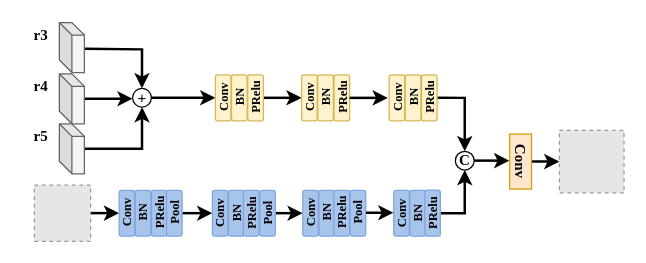
Above: Depth eatimate.drawio in Hymhh/hymhh (draw.io), before the change. Source tidied: cells renumbered, new cells numbered last; positions are measured from the earlier drawing's top-left corner, leaving out a move shared by most shapes. Both pictures are drawn from the tidied source at 125%, with x=0, y=0 at pixel (21, 21). Pictures stored in the file or linked from it are replaced by grey dashed boxes.
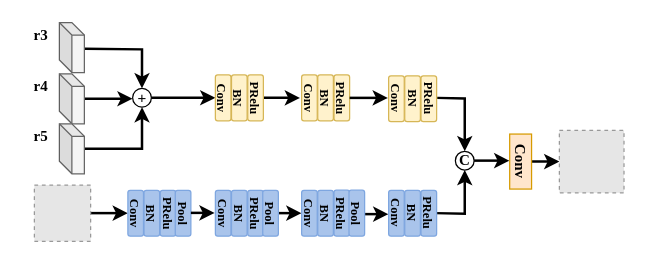
Above is the later version.

Unchanged cells that the change refers to:
```xml
<mxCell id="3" value="+" style="ellipse;whiteSpace=wrap;html=1;strokeColor=#000000;fillColor=none;" parent="1" vertex="1">
  <mxGeometry x="88.6" y="53.2" width="15" height="15" as="geometry" />
</mxCell>
<mxCell id="8" value="&lt;b&gt;&lt;font face=&quot;Times New Roman&quot;&gt;C&lt;/font&gt;&lt;/b&gt;" style="ellipse;whiteSpace=wrap;html=1;strokeColor=#000000;fillColor=none;" parent="1" vertex="1">
  <mxGeometry x="346.8" y="103.5" width="15" height="15" as="geometry" />
</mxCell>
<mxCell id="15" style="fillColor=#E6E6E6;strokeColor=#999999;dashed=1;verticalLabelPosition=bottom;labelBackgroundColor=#ffffff;verticalAlign=top;" parent="1" vertex="1">
  <mxGeometry x="10" y="130.5" width="45" height="45" as="geometry" />
</mxCell>
```

The edit, as a diff of the source:
```diff
@@
-    <mxCell id="2" style="edgeStyle=orthogonalEdgeStyle;rounded=0;jettySize=auto;html=1;exitX=1;exitY=0.5;exitDx=0;exitDy=0;entryX=0.5;entryY=0;entryDx=0;entryDy=0;strokeColor=#000000;strokeWidth=2;" parent="1" edge="1" source="3" target="20">
+    <mxCell id="2" style="edgeStyle=orthogonalEdgeStyle;rounded=0;jettySize=auto;html=1;exitX=1;exitY=0.5;exitDx=0;exitDy=0;entryX=0.5;entryY=1;entryDx=0;entryDy=0;strokeColor=#000000;strokeWidth=2;" parent="1" edge="1" source="3" target="20">
       <mxGeometry relative="1" as="geometry" />
     </mxCell>
@@
-    <mxCell id="14" style="edgeStyle=orthogonalEdgeStyle;rounded=0;jettySize=auto;html=1;exitX=1;exitY=0.5;exitDx=0;exitDy=0;entryX=0.5;entryY=0;entryDx=0;entryDy=0;strokeWidth=2;" parent="1" edge="1" source="15" target="32">
+    <mxCell id="14" style="edgeStyle=orthogonalEdgeStyle;rounded=0;jettySize=auto;html=1;exitX=1;exitY=0.5;exitDx=0;exitDy=0;entryX=0.5;entryY=1;entryDx=0;entryDy=0;strokeColor=#000000;strokeWidth=2;" parent="1" edge="1" source="15" target="32">
       <mxGeometry relative="1" as="geometry" />
     </mxCell>
@@
-    <mxCell id="20" value="&lt;font face=&quot;Times New Roman&quot; size=&quot;1&quot;&gt;&lt;b&gt;Conv&lt;/b&gt;&lt;/font&gt;" style="rounded=1;whiteSpace=wrap;html=1;strokeColor=#d6b656;fillColor=#fff2cc;rotation=-90;" parent="1" vertex="1">
+    <mxCell id="20" value="&lt;font face=&quot;Times New Roman&quot; size=&quot;1&quot;&gt;&lt;b&gt;Conv&lt;/b&gt;&lt;/font&gt;" style="rounded=1;whiteSpace=wrap;html=1;strokeColor=#d6b656;fillColor=#fff2cc;rotation=90;" parent="1" vertex="1">
       <mxGeometry x="142.7" y="54.5" width="36.7" height="12.5" as="geometry" />
     </mxCell>
-    <mxCell id="21" value="&lt;font face=&quot;Times New Roman&quot; size=&quot;1&quot;&gt;&lt;b&gt;BN&lt;/b&gt;&lt;/font&gt;" style="rounded=1;whiteSpace=wrap;html=1;strokeColor=#d6b656;fillColor=#fff2cc;rotation=-90;" parent="1" vertex="1">
+    <mxCell id="21" value="&lt;font face=&quot;Times New Roman&quot; size=&quot;1&quot;&gt;&lt;b&gt;BN&lt;/b&gt;&lt;/font&gt;" style="rounded=1;whiteSpace=wrap;html=1;strokeColor=#d6b656;fillColor=#fff2cc;rotation=90;" parent="1" vertex="1">
       <mxGeometry x="155.6" y="54.5" width="36.7" height="12.5" as="geometry" />
     </mxCell>
-    <mxCell id="22" style="edgeStyle=orthogonalEdgeStyle;rounded=0;jettySize=auto;html=1;exitX=0.5;exitY=1;exitDx=0;exitDy=0;entryX=0.5;entryY=0;entryDx=0;entryDy=0;strokeWidth=2;" parent="1" edge="1" source="23" target="24">
+    <mxCell id="22" style="edgeStyle=orthogonalEdgeStyle;rounded=0;jettySize=auto;html=1;exitX=0.5;exitY=0;exitDx=0;exitDy=0;strokeColor=#000000;strokeWidth=2;entryX=0.524;entryY=1.105;entryDx=0;entryDy=0;entryPerimeter=0;" parent="1" edge="1" source="23" target="24">
       <mxGeometry relative="1" as="geometry" />
     </mxCell>
-    <mxCell id="23" value="&lt;font face=&quot;Times New Roman&quot; size=&quot;1&quot;&gt;&lt;b&gt;PRelu&lt;/b&gt;&lt;/font&gt;" style="rounded=1;whiteSpace=wrap;html=1;strokeColor=#d6b656;fillColor=#fff2cc;rotation=-90;" parent="1" vertex="1">
+    <mxCell id="23" value="&lt;font face=&quot;Times New Roman&quot; size=&quot;1&quot;&gt;&lt;b&gt;PRelu&lt;/b&gt;&lt;/font&gt;" style="rounded=1;whiteSpace=wrap;html=1;strokeColor=#d6b656;fillColor=#fff2cc;rotation=90;" parent="1" vertex="1">
       <mxGeometry x="168.6" y="54.5" width="36.7" height="12.5" as="geometry" />
     </mxCell>
-    <mxCell id="24" value="&lt;font face=&quot;Times New Roman&quot; size=&quot;1&quot;&gt;&lt;b&gt;Conv&lt;/b&gt;&lt;/font&gt;" style="rounded=1;whiteSpace=wrap;html=1;strokeColor=#d6b656;fillColor=#fff2cc;rotation=-90;" parent="1" vertex="1">
+    <mxCell id="24" value="&lt;font face=&quot;Times New Roman&quot; size=&quot;1&quot;&gt;&lt;b&gt;Conv&lt;/b&gt;&lt;/font&gt;" style="rounded=1;whiteSpace=wrap;html=1;strokeColor=#d6b656;fillColor=#fff2cc;rotation=90;" parent="1" vertex="1">
       <mxGeometry x="211.7" y="54.5" width="36.7" height="12.5" as="geometry" />
     </mxCell>
-    <mxCell id="25" value="&lt;font face=&quot;Times New Roman&quot; size=&quot;1&quot;&gt;&lt;b&gt;BN&lt;/b&gt;&lt;/font&gt;" style="rounded=1;whiteSpace=wrap;html=1;strokeColor=#d6b656;fillColor=#fff2cc;rotation=-90;" parent="1" vertex="1">
+    <mxCell id="25" value="&lt;font face=&quot;Times New Roman&quot; size=&quot;1&quot;&gt;&lt;b&gt;BN&lt;/b&gt;&lt;/font&gt;" style="rounded=1;whiteSpace=wrap;html=1;strokeColor=#d6b656;fillColor=#fff2cc;rotation=90;" parent="1" vertex="1">
       <mxGeometry x="224.6" y="54.5" width="36.7" height="12.5" as="geometry" />
     </mxCell>
-    <mxCell id="26" value="&lt;font face=&quot;Times New Roman&quot; size=&quot;1&quot;&gt;&lt;b&gt;PRelu&lt;/b&gt;&lt;/font&gt;" style="rounded=1;whiteSpace=wrap;html=1;strokeColor=#d6b656;fillColor=#fff2cc;rotation=-90;" parent="1" vertex="1">
+    <mxCell id="26" value="&lt;font face=&quot;Times New Roman&quot; size=&quot;1&quot;&gt;&lt;b&gt;PRelu&lt;/b&gt;&lt;/font&gt;" style="rounded=1;whiteSpace=wrap;html=1;strokeColor=#d6b656;fillColor=#fff2cc;rotation=90;" parent="1" vertex="1">
       <mxGeometry x="237.6" y="54.5" width="36.7" height="12.5" as="geometry" />
     </mxCell>
-    <mxCell id="27" value="&lt;font face=&quot;Times New Roman&quot; size=&quot;1&quot;&gt;&lt;b&gt;Conv&lt;/b&gt;&lt;/font&gt;" style="rounded=1;whiteSpace=wrap;html=1;strokeColor=#d6b656;fillColor=#fff2cc;rotation=-90;" parent="1" vertex="1">
-      <mxGeometry x="281.7" y="54.5" width="36.7" height="12.5" as="geometry" />
-    </mxCell>
-    <mxCell id="28" value="&lt;font face=&quot;Times New Roman&quot; size=&quot;1&quot;&gt;&lt;b&gt;BN&lt;/b&gt;&lt;/font&gt;" style="rounded=1;whiteSpace=wrap;html=1;strokeColor=#d6b656;fillColor=#fff2cc;rotation=-90;" parent="1" vertex="1">
-      <mxGeometry x="294.6" y="54.5" width="36.7" height="12.5" as="geometry" />
-    </mxCell>
-    <mxCell id="29" style="edgeStyle=orthogonalEdgeStyle;rounded=0;jettySize=auto;html=1;exitX=0.5;exitY=1;exitDx=0;exitDy=0;entryX=0.5;entryY=0;entryDx=0;entryDy=0;strokeColor=#000000;strokeWidth=2;" parent="1" edge="1" source="30" target="8">
-      <mxGeometry relative="1" as="geometry" />
+    <mxCell id="29" style="edgeStyle=orthogonalEdgeStyle;rounded=0;jettySize=auto;html=1;exitX=0.5;exitY=1;exitDx=0;exitDy=0;entryX=0.5;entryY=0;entryDx=0;entryDy=0;strokeColor=#000000;strokeWidth=2;" parent="1" edge="1" target="8">
+      <mxGeometry relative="1" as="geometry">
+        <mxPoint x="332.2" y="60.8" as="sourcePoint" />
+      </mxGeometry>
     </mxCell>
-    <mxCell id="30" value="&lt;font face=&quot;Times New Roman&quot; size=&quot;1&quot;&gt;&lt;b&gt;PRelu&lt;/b&gt;&lt;/font&gt;" style="rounded=1;whiteSpace=wrap;html=1;strokeColor=#d6b656;fillColor=#fff2cc;rotation=-90;" parent="1" vertex="1">
-      <mxGeometry x="307.6" y="54.5" width="36.7" height="12.5" as="geometry" />
-    </mxCell>
@@
-    <mxCell id="32" value="&lt;font face=&quot;Times New Roman&quot; size=&quot;1&quot;&gt;&lt;b&gt;Conv&lt;/b&gt;&lt;/font&gt;" style="rounded=1;whiteSpace=wrap;html=1;strokeColor=#7EA6E0;fillColor=#A9C4EB;rotation=-90;" parent="1" vertex="1">
-      <mxGeometry x="65.7" y="146.8" width="36.7" height="12.5" as="geometry" />
+    <mxCell id="32" value="&lt;font face=&quot;Times New Roman&quot; size=&quot;1&quot;&gt;&lt;b&gt;Conv&lt;/b&gt;&lt;/font&gt;" style="rounded=1;whiteSpace=wrap;html=1;strokeColor=#7EA6E0;fillColor=#A9C4EB;rotation=90;" parent="1" vertex="1">
+      <mxGeometry x="72.7" y="146.8" width="36.7" height="12.5" as="geometry" />
     </mxCell>
-    <mxCell id="33" value="&lt;font face=&quot;Times New Roman&quot; size=&quot;1&quot;&gt;&lt;b&gt;BN&lt;/b&gt;&lt;/font&gt;" style="rounded=1;whiteSpace=wrap;html=1;strokeColor=#7EA6E0;fillColor=#A9C4EB;rotation=-90;" parent="1" vertex="1">
-      <mxGeometry x="78.6" y="146.8" width="36.7" height="12.5" as="geometry" />
+    <mxCell id="33" value="&lt;font face=&quot;Times New Roman&quot; size=&quot;1&quot;&gt;&lt;b&gt;BN&lt;/b&gt;&lt;/font&gt;" style="rounded=1;whiteSpace=wrap;html=1;strokeColor=#7EA6E0;fillColor=#A9C4EB;rotation=90;" parent="1" vertex="1">
+      <mxGeometry x="85.6" y="146.8" width="36.7" height="12.5" as="geometry" />
     </mxCell>
-    <mxCell id="34" value="&lt;font face=&quot;Times New Roman&quot; size=&quot;1&quot;&gt;&lt;b&gt;PRelu&lt;/b&gt;&lt;/font&gt;" style="rounded=1;whiteSpace=wrap;html=1;strokeColor=#7EA6E0;fillColor=#A9C4EB;rotation=-90;" parent="1" vertex="1">
-      <mxGeometry x="91.6" y="146.8" width="36.7" height="12.5" as="geometry" />
+    <mxCell id="34" value="&lt;font face=&quot;Times New Roman&quot; size=&quot;1&quot;&gt;&lt;b&gt;PRelu&lt;/b&gt;&lt;/font&gt;" style="rounded=1;whiteSpace=wrap;html=1;strokeColor=#7EA6E0;fillColor=#A9C4EB;rotation=90;" parent="1" vertex="1">
+      <mxGeometry x="98.6" y="146.8" width="36.7" height="12.5" as="geometry" />
     </mxCell>
-    <mxCell id="35" style="edgeStyle=orthogonalEdgeStyle;rounded=0;jettySize=auto;html=1;exitX=0.5;exitY=1;exitDx=0;exitDy=0;entryX=0.5;entryY=0;entryDx=0;entryDy=0;strokeColor=#000000;strokeWidth=2;" parent="1" edge="1" source="36" target="37">
-      <mxGeometry relative="1" as="geometry" />
-    </mxCell>
-    <mxCell id="36" value="&lt;font face=&quot;Times New Roman&quot; size=&quot;1&quot;&gt;&lt;b&gt;Pool&lt;br&gt;&lt;/b&gt;&lt;/font&gt;" style="rounded=1;whiteSpace=wrap;html=1;strokeColor=#7EA6E0;fillColor=#A9C4EB;rotation=-90;" parent="1" vertex="1">
-      <mxGeometry x="103.6" y="146.8" width="36.7" height="12.5" as="geometry" />
+    <mxCell id="36" value="&lt;font face=&quot;Times New Roman&quot; size=&quot;1&quot;&gt;&lt;b&gt;Pool&lt;br&gt;&lt;/b&gt;&lt;/font&gt;" style="rounded=1;whiteSpace=wrap;html=1;strokeColor=#7EA6E0;fillColor=#A9C4EB;rotation=90;" parent="1" vertex="1">
+      <mxGeometry x="110.6" y="146.8" width="36.7" height="12.5" as="geometry" />
     </mxCell>
-    <mxCell id="37" value="&lt;font face=&quot;Times New Roman&quot; size=&quot;1&quot;&gt;&lt;b&gt;Conv&lt;/b&gt;&lt;/font&gt;" style="rounded=1;whiteSpace=wrap;html=1;strokeColor=#7EA6E0;fillColor=#A9C4EB;rotation=-90;" parent="1" vertex="1">
-      <mxGeometry x="140.3" y="146.8" width="36.7" height="12.5" as="geometry" />
-    </mxCell>
-    <mxCell id="38" value="&lt;font face=&quot;Times New Roman&quot; size=&quot;1&quot;&gt;&lt;b&gt;BN&lt;/b&gt;&lt;/font&gt;" style="rounded=1;whiteSpace=wrap;html=1;strokeColor=#7EA6E0;fillColor=#A9C4EB;rotation=-90;" parent="1" vertex="1">
-      <mxGeometry x="153.2" y="146.8" width="36.7" height="12.5" as="geometry" />
-    </mxCell>
-    <mxCell id="39" value="&lt;font face=&quot;Times New Roman&quot; size=&quot;1&quot;&gt;&lt;b&gt;PRelu&lt;/b&gt;&lt;/font&gt;" style="rounded=1;whiteSpace=wrap;html=1;strokeColor=#7EA6E0;fillColor=#A9C4EB;rotation=-90;" parent="1" vertex="1">
-      <mxGeometry x="165.1" y="146.8" width="36.7" height="12.5" as="geometry" />
-    </mxCell>
-    <mxCell id="40" style="edgeStyle=orthogonalEdgeStyle;rounded=0;jettySize=auto;html=1;exitX=0.5;exitY=1;exitDx=0;exitDy=0;entryX=0.5;entryY=0;entryDx=0;entryDy=0;strokeColor=#000000;strokeWidth=2;" parent="1" edge="1" source="41" target="42">
-      <mxGeometry relative="1" as="geometry" />
+    <mxCell id="40" style="edgeStyle=orthogonalEdgeStyle;rounded=0;orthogonalLoop=1;jettySize=auto;html=1;exitX=0.5;exitY=1;exitDx=0;exitDy=0;entryX=0.5;entryY=0;entryDx=0;entryDy=0;strokeColor=#000000;strokeWidth=2;" parent="1" edge="1">
+      <mxGeometry relative="1" as="geometry">
+        <mxPoint x="204.7" y="153" as="sourcePoint" />
+        <mxPoint x="223.7" y="153" as="targetPoint" />
+      </mxGeometry>
     </mxCell>
-    <mxCell id="41" value="&lt;font face=&quot;Times New Roman&quot; size=&quot;1&quot;&gt;&lt;b&gt;Pool&lt;br&gt;&lt;/b&gt;&lt;/font&gt;" style="rounded=1;whiteSpace=wrap;html=1;strokeColor=#7EA6E0;fillColor=#A9C4EB;rotation=-90;" parent="1" vertex="1">
-      <mxGeometry x="178.2" y="146.8" width="36.7" height="12.5" as="geometry" />
-    </mxCell>
-    <mxCell id="42" value="&lt;font face=&quot;Times New Roman&quot; size=&quot;1&quot;&gt;&lt;b&gt;Conv&lt;/b&gt;&lt;/font&gt;" style="rounded=1;whiteSpace=wrap;html=1;strokeColor=#7EA6E0;fillColor=#A9C4EB;rotation=-90;" parent="1" vertex="1">
-      <mxGeometry x="212.6" y="146.8" width="36.7" height="12.5" as="geometry" />
-    </mxCell>
-    <mxCell id="43" value="&lt;font face=&quot;Times New Roman&quot; size=&quot;1&quot;&gt;&lt;b&gt;BN&lt;/b&gt;&lt;/font&gt;" style="rounded=1;whiteSpace=wrap;html=1;strokeColor=#7EA6E0;fillColor=#A9C4EB;rotation=-90;" parent="1" vertex="1">
-      <mxGeometry x="225.5" y="146.8" width="36.7" height="12.5" as="geometry" />
-    </mxCell>
-    <mxCell id="44" value="&lt;font face=&quot;Times New Roman&quot; size=&quot;1&quot;&gt;&lt;b&gt;PRelu&lt;/b&gt;&lt;/font&gt;" style="rounded=1;whiteSpace=wrap;html=1;strokeColor=#7EA6E0;fillColor=#A9C4EB;rotation=-90;" parent="1" vertex="1">
-      <mxGeometry x="237.5" y="146.8" width="36.7" height="12.5" as="geometry" />
-    </mxCell>
-    <mxCell id="45" value="&lt;font face=&quot;Times New Roman&quot; size=&quot;1&quot;&gt;&lt;b&gt;Pool&lt;br&gt;&lt;/b&gt;&lt;/font&gt;" style="rounded=1;whiteSpace=wrap;html=1;strokeColor=#7EA6E0;fillColor=#A9C4EB;rotation=-90;" parent="1" vertex="1">
-      <mxGeometry x="250.5" y="146.8" width="36.7" height="12.5" as="geometry" />
-    </mxCell>
-    <mxCell id="46" value="&lt;font face=&quot;Times New Roman&quot; size=&quot;1&quot;&gt;&lt;b&gt;Conv&lt;/b&gt;&lt;/font&gt;" style="rounded=1;whiteSpace=wrap;html=1;strokeColor=#7EA6E0;fillColor=#A9C4EB;rotation=-90;" parent="1" vertex="1">
-      <mxGeometry x="285.4" y="146.8" width="36.7" height="12.5" as="geometry" />
-    </mxCell>
-    <mxCell id="47" value="&lt;font face=&quot;Times New Roman&quot; size=&quot;1&quot;&gt;&lt;b&gt;BN&lt;/b&gt;&lt;/font&gt;" style="rounded=1;whiteSpace=wrap;html=1;strokeColor=#7EA6E0;fillColor=#A9C4EB;rotation=-90;" parent="1" vertex="1">
-      <mxGeometry x="298.3" y="146.8" width="36.7" height="12.5" as="geometry" />
-    </mxCell>
-    <mxCell id="48" style="edgeStyle=orthogonalEdgeStyle;rounded=0;jettySize=auto;html=1;exitX=0.5;exitY=1;exitDx=0;exitDy=0;entryX=0.5;entryY=1;entryDx=0;entryDy=0;strokeColor=#000000;strokeWidth=2;" parent="1" edge="1" source="49" target="8">
-      <mxGeometry relative="1" as="geometry" />
+    <mxCell id="48" style="edgeStyle=orthogonalEdgeStyle;rounded=0;jettySize=auto;html=1;exitX=0.5;exitY=1;exitDx=0;exitDy=0;entryX=0.5;entryY=1;entryDx=0;entryDy=0;strokeColor=#000000;strokeWidth=2;" parent="1" edge="1" target="8">
+      <mxGeometry relative="1" as="geometry">
+        <mxPoint x="330.8" y="153" as="sourcePoint" />
+      </mxGeometry>
     </mxCell>
-    <mxCell id="49" value="&lt;font face=&quot;Times New Roman&quot; size=&quot;1&quot;&gt;&lt;b&gt;PRelu&lt;/b&gt;&lt;/font&gt;" style="rounded=1;whiteSpace=wrap;html=1;strokeColor=#7EA6E0;fillColor=#A9C4EB;rotation=-90;" parent="1" vertex="1">
-      <mxGeometry x="310.2" y="146.8" width="36.7" height="12.5" as="geometry" />
-    </mxCell>
-    <mxCell id="50" style="edgeStyle=orthogonalEdgeStyle;rounded=0;orthogonalLoop=1;jettySize=auto;html=1;exitX=0.5;exitY=1;exitDx=0;exitDy=0;entryX=0.5;entryY=0;entryDx=0;entryDy=0;strokeColor=#000000;strokeWidth=2;" parent="1" edge="1">
-      <mxGeometry relative="1" as="geometry">
-        <mxPoint x="275.3" y="152.7" as="sourcePoint" />
-        <mxPoint x="297.3" y="152.7" as="targetPoint" />
-      </mxGeometry>
-    </mxCell>
+    <mxCell id="51" style="edgeStyle=orthogonalEdgeStyle;rounded=0;orthogonalLoop=1;jettySize=auto;html=1;exitX=0.5;exitY=1;exitDx=0;exitDy=0;entryX=0.5;entryY=0;entryDx=0;entryDy=0;strokeColor=#000000;strokeWidth=2;" parent="1" edge="1">
+      <mxGeometry relative="1" as="geometry">
+        <mxPoint x="135.2" y="152.8" as="sourcePoint" />
+        <mxPoint x="154.2" y="152.8" as="targetPoint" />
+      </mxGeometry>
+    </mxCell>
+    <mxCell id="52" style="edgeStyle=orthogonalEdgeStyle;rounded=0;orthogonalLoop=1;jettySize=auto;html=1;exitX=0.5;exitY=1;exitDx=0;exitDy=0;entryX=0.5;entryY=0;entryDx=0;entryDy=0;strokeColor=#000000;strokeWidth=2;" parent="1" edge="1">
+      <mxGeometry relative="1" as="geometry">
+        <mxPoint x="274.3" y="153.8" as="sourcePoint" />
+        <mxPoint x="293.2" y="153.8" as="targetPoint" />
+      </mxGeometry>
+    </mxCell>
+    <mxCell id="53" value="&lt;font face=&quot;Times New Roman&quot; size=&quot;1&quot;&gt;&lt;b&gt;Conv&lt;/b&gt;&lt;/font&gt;" style="rounded=1;whiteSpace=wrap;html=1;strokeColor=#d6b656;fillColor=#fff2cc;rotation=90;" parent="1" vertex="1">
+      <mxGeometry x="281.3" y="55.2" width="36.7" height="12.5" as="geometry" />
+    </mxCell>
+    <mxCell id="54" value="&lt;font face=&quot;Times New Roman&quot; size=&quot;1&quot;&gt;&lt;b&gt;BN&lt;/b&gt;&lt;/font&gt;" style="rounded=1;whiteSpace=wrap;html=1;strokeColor=#d6b656;fillColor=#fff2cc;rotation=90;" parent="1" vertex="1">
+      <mxGeometry x="294.2" y="55.2" width="36.7" height="12.5" as="geometry" />
+    </mxCell>
+    <mxCell id="55" value="&lt;font face=&quot;Times New Roman&quot; size=&quot;1&quot;&gt;&lt;b&gt;PRelu&lt;/b&gt;&lt;/font&gt;" style="rounded=1;whiteSpace=wrap;html=1;strokeColor=#d6b656;fillColor=#fff2cc;rotation=90;" parent="1" vertex="1">
+      <mxGeometry x="307.2" y="55.2" width="36.7" height="12.5" as="geometry" />
+    </mxCell>
+    <mxCell id="56" value="&lt;font face=&quot;Times New Roman&quot; size=&quot;1&quot;&gt;&lt;b&gt;Conv&lt;/b&gt;&lt;/font&gt;" style="rounded=1;whiteSpace=wrap;html=1;strokeColor=#7EA6E0;fillColor=#A9C4EB;rotation=90;" parent="1" vertex="1">
+      <mxGeometry x="142.7" y="146.8" width="36.7" height="12.5" as="geometry" />
+    </mxCell>
+    <mxCell id="57" value="&lt;font face=&quot;Times New Roman&quot; size=&quot;1&quot;&gt;&lt;b&gt;BN&lt;/b&gt;&lt;/font&gt;" style="rounded=1;whiteSpace=wrap;html=1;strokeColor=#7EA6E0;fillColor=#A9C4EB;rotation=90;" parent="1" vertex="1">
+      <mxGeometry x="155.6" y="146.8" width="36.7" height="12.5" as="geometry" />
+    </mxCell>
+    <mxCell id="58" value="&lt;font face=&quot;Times New Roman&quot; size=&quot;1&quot;&gt;&lt;b&gt;PRelu&lt;/b&gt;&lt;/font&gt;" style="rounded=1;whiteSpace=wrap;html=1;strokeColor=#7EA6E0;fillColor=#A9C4EB;rotation=90;" parent="1" vertex="1">
+      <mxGeometry x="168.6" y="146.8" width="36.7" height="12.5" as="geometry" />
+    </mxCell>
+    <mxCell id="59" value="&lt;font face=&quot;Times New Roman&quot; size=&quot;1&quot;&gt;&lt;b&gt;Pool&lt;br&gt;&lt;/b&gt;&lt;/font&gt;" style="rounded=1;whiteSpace=wrap;html=1;strokeColor=#7EA6E0;fillColor=#A9C4EB;rotation=90;" parent="1" vertex="1">
+      <mxGeometry x="180.6" y="146.8" width="36.7" height="12.5" as="geometry" />
+    </mxCell>
+    <mxCell id="60" value="&lt;font face=&quot;Times New Roman&quot; size=&quot;1&quot;&gt;&lt;b&gt;Conv&lt;/b&gt;&lt;/font&gt;" style="rounded=1;whiteSpace=wrap;html=1;strokeColor=#7EA6E0;fillColor=#A9C4EB;rotation=90;" parent="1" vertex="1">
+      <mxGeometry x="211.7" y="146.8" width="36.7" height="12.5" as="geometry" />
+    </mxCell>
+    <mxCell id="61" value="&lt;font face=&quot;Times New Roman&quot; size=&quot;1&quot;&gt;&lt;b&gt;BN&lt;/b&gt;&lt;/font&gt;" style="rounded=1;whiteSpace=wrap;html=1;strokeColor=#7EA6E0;fillColor=#A9C4EB;rotation=90;" parent="1" vertex="1">
+      <mxGeometry x="224.6" y="146.8" width="36.7" height="12.5" as="geometry" />
+    </mxCell>
+    <mxCell id="62" value="&lt;font face=&quot;Times New Roman&quot; size=&quot;1&quot;&gt;&lt;b&gt;PRelu&lt;/b&gt;&lt;/font&gt;" style="rounded=1;whiteSpace=wrap;html=1;strokeColor=#7EA6E0;fillColor=#A9C4EB;rotation=90;" parent="1" vertex="1">
+      <mxGeometry x="237.6" y="146.8" width="36.7" height="12.5" as="geometry" />
+    </mxCell>
+    <mxCell id="63" value="&lt;font face=&quot;Times New Roman&quot; size=&quot;1&quot;&gt;&lt;b&gt;Pool&lt;br&gt;&lt;/b&gt;&lt;/font&gt;" style="rounded=1;whiteSpace=wrap;html=1;strokeColor=#7EA6E0;fillColor=#A9C4EB;rotation=90;" parent="1" vertex="1">
+      <mxGeometry x="249.6" y="146.8" width="36.7" height="12.5" as="geometry" />
+    </mxCell>
+    <mxCell id="64" value="&lt;font face=&quot;Times New Roman&quot; size=&quot;1&quot;&gt;&lt;b&gt;Conv&lt;/b&gt;&lt;/font&gt;" style="rounded=1;whiteSpace=wrap;html=1;strokeColor=#7EA6E0;fillColor=#A9C4EB;rotation=90;" parent="1" vertex="1">
+      <mxGeometry x="281.3" y="146.8" width="36.7" height="12.5" as="geometry" />
+    </mxCell>
+    <mxCell id="65" value="&lt;font face=&quot;Times New Roman&quot; size=&quot;1&quot;&gt;&lt;b&gt;BN&lt;/b&gt;&lt;/font&gt;" style="rounded=1;whiteSpace=wrap;html=1;strokeColor=#7EA6E0;fillColor=#A9C4EB;rotation=90;" parent="1" vertex="1">
+      <mxGeometry x="294.2" y="146.8" width="36.7" height="12.5" as="geometry" />
+    </mxCell>
+    <mxCell id="66" value="&lt;font face=&quot;Times New Roman&quot; size=&quot;1&quot;&gt;&lt;b&gt;PRelu&lt;/b&gt;&lt;/font&gt;" style="rounded=1;whiteSpace=wrap;html=1;strokeColor=#7EA6E0;fillColor=#A9C4EB;rotation=90;" parent="1" vertex="1">
+      <mxGeometry x="307.2" y="146.8" width="36.7" height="12.5" as="geometry" />
+    </mxCell>
```
